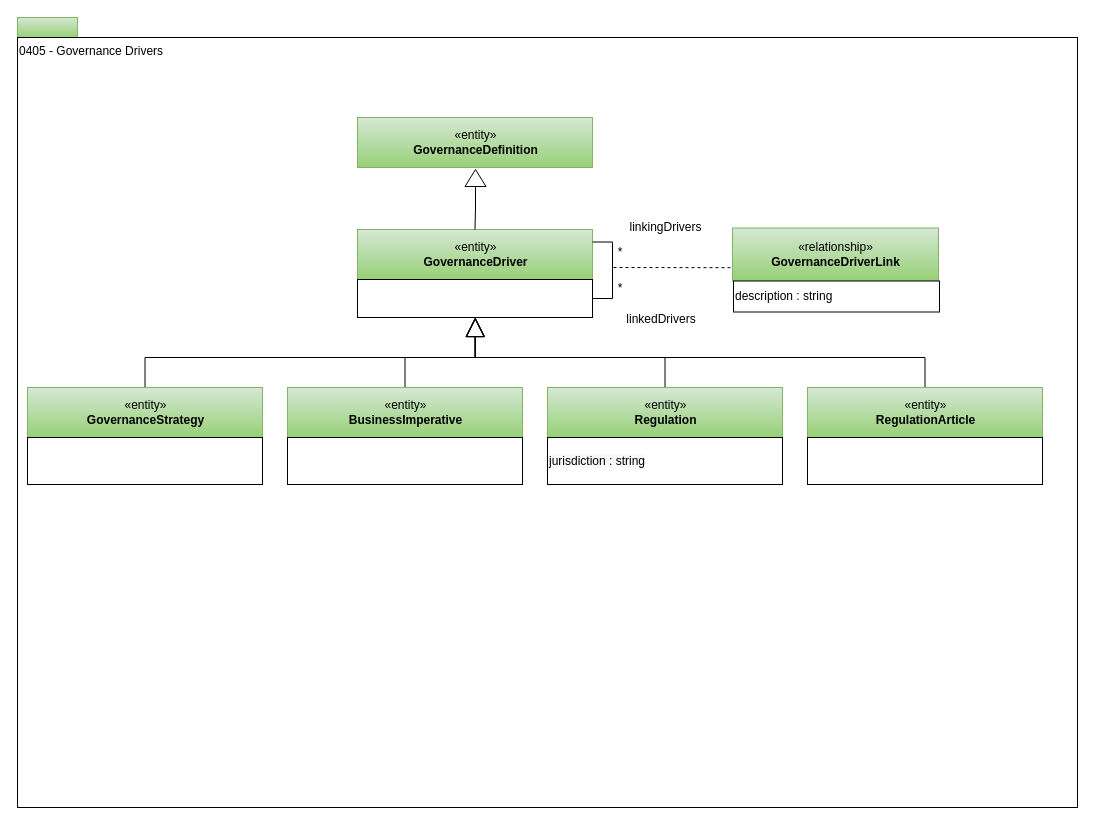
Earlier version of the draw.io diagram page "0405-Governance-Drivers" (3 of 28) of open-metadata-publication/website/open-metadata-types/area-4-governance.drawio (odpi/egeria). Source tidied: cells renumbered, new cells numbered last; positions are measured from the earlier drawing's top-left corner, leaving out a move shared by most shapes. Both pictures are drawn from the tidied source at 100%, with x=0, y=0 at pixel (17, 17).
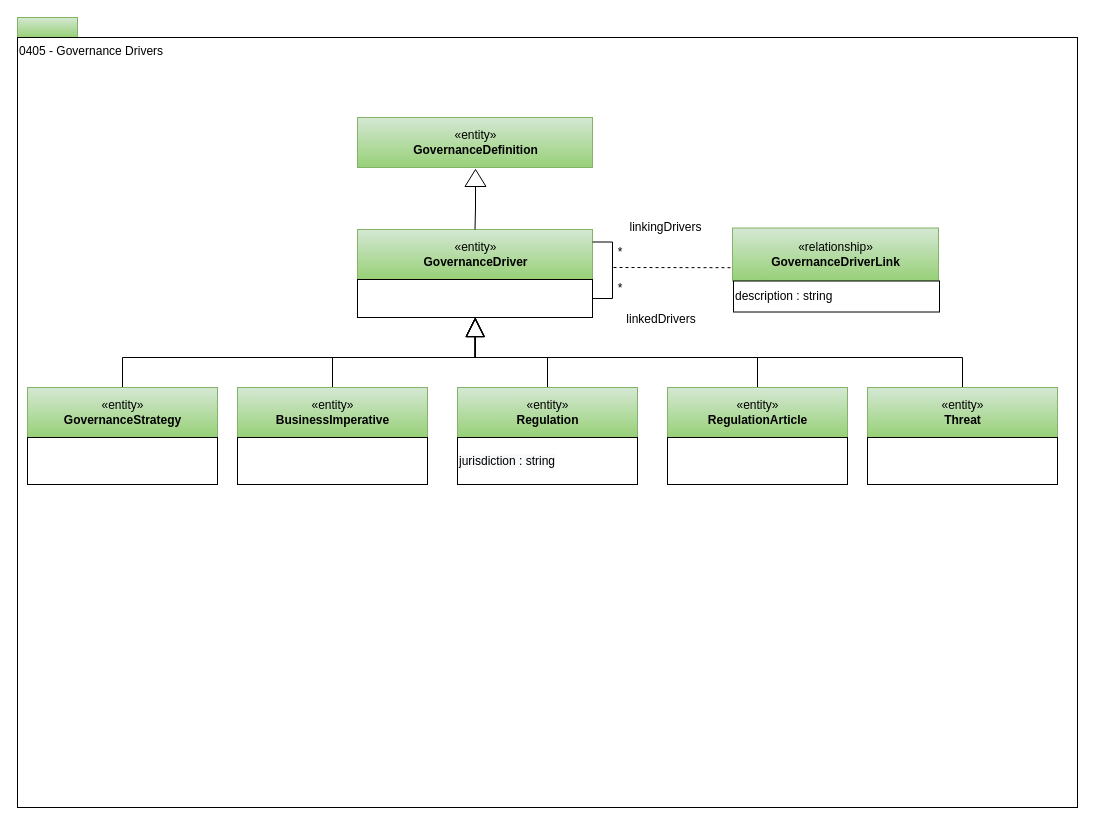
Above is the later version.

Unchanged cells that the change refers to:
```xml
<mxCell id="7" style="rounded=0;whiteSpace=wrap;html=1;strokeColor=#000000;gradientColor=#ffffff;align=left;" parent="1" vertex="1">
  <mxGeometry x="340" y="262" width="235" height="38" as="geometry" />
</mxCell>
```

The edit, as a diff of the source:
```diff
@@
-    <mxCell id="8" style="edgeStyle=orthogonalEdgeStyle;rounded=0;jettySize=auto;html=1;endArrow=block;endFill=0;endSize=17;" parent="1" edge="1" source="9" target="7">
+    <mxCell id="8" style="edgeStyle=orthogonalEdgeStyle;rounded=0;jettySize=auto;html=1;endArrow=block;endFill=0;endSize=17;exitX=0.5;exitY=0;exitDx=0;exitDy=0;" parent="1" edge="1" source="9" target="7">
       <mxGeometry relative="1" as="geometry">
         <Array as="points">
-          <mxPoint x="128" y="340" />
+          <mxPoint x="105" y="340" />
           <mxPoint x="458" y="340" />
         </Array>
       </mxGeometry>
     </mxCell>
     <mxCell id="9" value="«entity»&lt;br&gt;&lt;b&gt;GovernanceStrategy&lt;/b&gt;" style="html=1;strokeColor=#82b366;align=center;fillColor=#d5e8d4;gradientColor=#97d077;" parent="1" vertex="1">
-      <mxGeometry x="10" y="370" width="235" height="50" as="geometry" />
+      <mxGeometry x="10" y="370" width="190" height="50" as="geometry" />
     </mxCell>
     <mxCell id="10" style="rounded=0;whiteSpace=wrap;html=1;strokeColor=#000000;gradientColor=#ffffff;align=left;" parent="1" vertex="1">
-      <mxGeometry x="10" y="420" width="235" height="47" as="geometry" />
+      <mxGeometry x="10" y="420" width="190" height="47" as="geometry" />
     </mxCell>
@@
     <mxCell id="12" style="edgeStyle=orthogonalEdgeStyle;rounded=0;jettySize=auto;html=1;endArrow=block;endFill=0;endSize=17;" parent="1" edge="1" source="13" target="7">
       <mxGeometry relative="1" as="geometry">
         <Array as="points">
-          <mxPoint x="908" y="340" />
+          <mxPoint x="740" y="340" />
           <mxPoint x="458" y="340" />
         </Array>
       </mxGeometry>
     </mxCell>
     <mxCell id="13" value="«entity»&lt;br&gt;&lt;b&gt;RegulationArticle&lt;/b&gt;" style="html=1;strokeColor=#82b366;align=center;fillColor=#d5e8d4;gradientColor=#97d077;" parent="1" vertex="1">
-      <mxGeometry x="790" y="370" width="235" height="50" as="geometry" />
+      <mxGeometry x="650" y="370" width="180" height="50" as="geometry" />
     </mxCell>
@@
     <mxCell id="21" value="«entity»&lt;br&gt;&lt;b&gt;Regulation&lt;/b&gt;" style="html=1;strokeColor=#82b366;align=center;fillColor=#d5e8d4;gradientColor=#97d077;" parent="1" vertex="1">
-      <mxGeometry x="530" y="370" width="235" height="50" as="geometry" />
+      <mxGeometry x="440" y="370" width="180" height="50" as="geometry" />
     </mxCell>
     <mxCell id="22" value="&lt;span style=&quot;color: rgb(0, 0, 0); font-family: helvetica; font-size: 12px; font-style: normal; font-weight: 400; letter-spacing: normal; text-align: left; text-indent: 0px; text-transform: none; word-spacing: 0px; background-color: rgb(248, 249, 250); display: inline; float: none;&quot;&gt;jurisdiction : string&lt;/span&gt;" style="rounded=0;whiteSpace=wrap;html=1;strokeColor=#000000;gradientColor=#ffffff;align=left;" parent="1" vertex="1">
-      <mxGeometry x="530" y="420" width="235" height="47" as="geometry" />
+      <mxGeometry x="440" y="420" width="180" height="47" as="geometry" />
     </mxCell>
@@
     <mxCell id="25" style="rounded=0;whiteSpace=wrap;html=1;strokeColor=#000000;gradientColor=#ffffff;align=left;" parent="1" vertex="1">
-      <mxGeometry x="790" y="420" width="235" height="47" as="geometry" />
+      <mxGeometry x="650" y="420" width="180" height="47" as="geometry" />
     </mxCell>
@@
     <mxCell id="27" value="«entity»&lt;br&gt;&lt;b&gt;BusinessImperative&lt;/b&gt;" style="html=1;strokeColor=#82b366;align=center;fillColor=#d5e8d4;gradientColor=#97d077;" parent="1" vertex="1">
-      <mxGeometry x="270" y="370" width="235" height="50" as="geometry" />
+      <mxGeometry x="220" y="370" width="190" height="50" as="geometry" />
     </mxCell>
     <mxCell id="28" style="rounded=0;whiteSpace=wrap;html=1;strokeColor=#000000;gradientColor=#ffffff;align=left;" parent="1" vertex="1">
-      <mxGeometry x="270" y="420" width="235" height="47" as="geometry" />
+      <mxGeometry x="220" y="420" width="190" height="47" as="geometry" />
     </mxCell>
+    <mxCell id="29" style="edgeStyle=orthogonalEdgeStyle;rounded=0;jettySize=auto;html=1;entryX=0.5;entryY=1;entryDx=0;entryDy=0;endArrow=block;endFill=0;endSize=17;exitX=0.5;exitY=0;exitDx=0;exitDy=0;" parent="1" edge="1" source="30" target="7">
+      <mxGeometry relative="1" as="geometry">
+        <Array as="points">
+          <mxPoint x="945" y="340" />
+          <mxPoint x="458" y="340" />
+        </Array>
+      </mxGeometry>
+    </mxCell>
+    <mxCell id="30" value="«entity»&lt;br&gt;&lt;b&gt;Threat&lt;/b&gt;" style="html=1;strokeColor=#82b366;align=center;fillColor=#d5e8d4;gradientColor=#97d077;" parent="1" vertex="1">
+      <mxGeometry x="850" y="370" width="190" height="50" as="geometry" />
+    </mxCell>
+    <mxCell id="31" style="rounded=0;whiteSpace=wrap;html=1;strokeColor=#000000;gradientColor=#ffffff;align=left;" parent="1" vertex="1">
+      <mxGeometry x="850" y="420" width="190" height="47" as="geometry" />
+    </mxCell>
```
